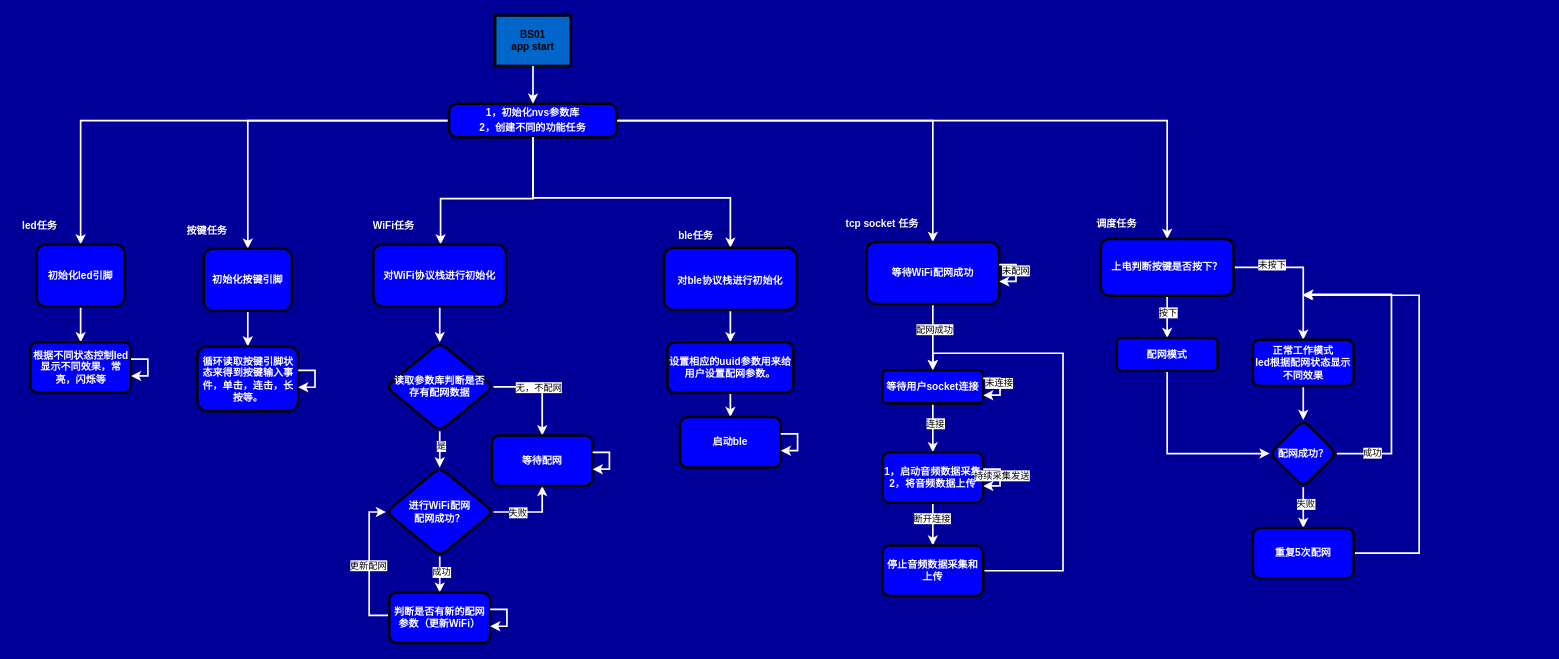
Before: draw_io_for_work/bs01.drawio in doctor1cong/draw_flow_chart, a draw.io diagram. Source tidied: cells renumbered, new cells numbered last; positions are measured from the earlier drawing's top-left corner, leaving out a move shared by most shapes. Both pictures are drawn from the tidied source at 84%, with x=0, y=0 at pixel (14, 15).
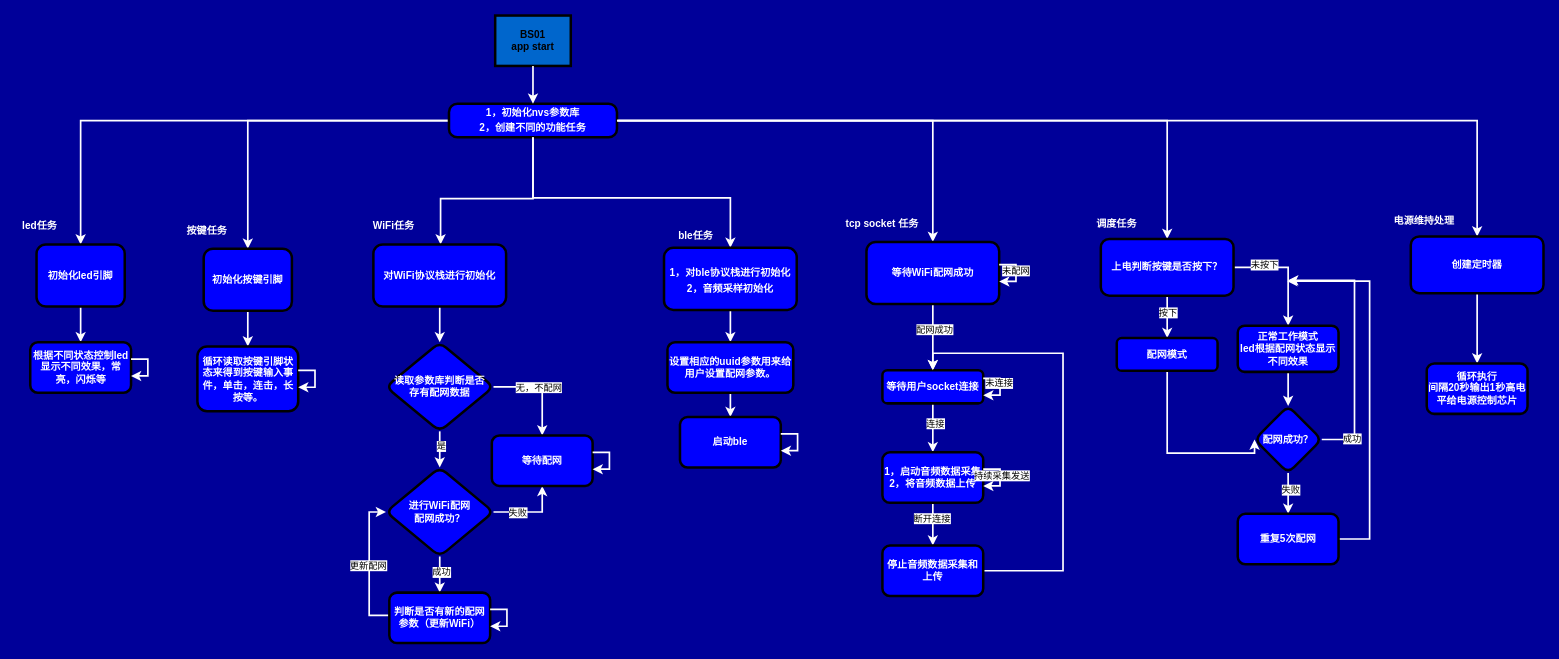
After the change.

Unchanged cells that the change refers to:
```xml
<mxCell id="5" value="&lt;p style=&quot;margin: 4px 0px 0px;&quot;&gt;&lt;span style=&quot;color: rgb(255, 255, 255);&quot;&gt;1，初始化nvs参数库&lt;/span&gt;&lt;br&gt;&lt;/p&gt;&lt;p style=&quot;margin: 4px 0px 0px;&quot;&gt;&lt;span style=&quot;color: rgb(255, 255, 255);&quot;&gt;2，创建不同的功能任务&lt;/span&gt;&lt;/p&gt;&lt;p style=&quot;margin: 4px 0px 0px;&quot;&gt;&lt;span style=&quot;color: rgb(255, 255, 255);&quot;&gt;&lt;br&gt;&lt;/span&gt;&lt;/p&gt;" style="verticalAlign=middle;align=center;overflow=fill;fontSize=12;fontFamily=Helvetica;html=1;rounded=1;fontStyle=1;strokeWidth=3;fillColor=#0000FF;arcSize=25;" parent="1" vertex="1">
  <mxGeometry x="517" y="105" width="200" height="40" as="geometry" />
</mxCell>
```

Diff of the diagram source:
```diff
@@
-    <mxCell id="17" value="&lt;p style=&quot;color: rgb(0, 0, 0); text-wrap: nowrap; margin: 4px 0px 0px;&quot;&gt;&lt;span style=&quot;color: rgb(255, 255, 255); text-wrap: wrap;&quot;&gt;对ble协议栈进行初始化&lt;/span&gt;&lt;/p&gt;" style="whiteSpace=wrap;html=1;fillColor=#0000FF;rounded=1;fontStyle=1;strokeWidth=3;fontColor=#FFFFFF;" parent="1" vertex="1">
+    <mxCell id="17" value="&lt;p style=&quot;color: rgb(0, 0, 0); text-wrap: nowrap; margin: 4px 0px 0px;&quot;&gt;&lt;span style=&quot;color: rgb(255, 255, 255); text-wrap: wrap;&quot;&gt;1，对ble协议栈进行初始化&lt;/span&gt;&lt;/p&gt;&lt;p style=&quot;color: rgb(0, 0, 0); text-wrap: nowrap; margin: 4px 0px 0px;&quot;&gt;&lt;span style=&quot;color: rgb(255, 255, 255); text-wrap: wrap;&quot;&gt;2，音频采样初始化&lt;/span&gt;&lt;/p&gt;" style="whiteSpace=wrap;html=1;fillColor=#0000FF;rounded=1;fontStyle=1;strokeWidth=3;fontColor=#FFFFFF;" parent="1" vertex="1">
       <mxGeometry x="773" y="276.5" width="158" height="74" as="geometry" />
     </mxCell>
@@
     <mxCell id="74" value="正常工作模式&lt;div&gt;led根据配网状态显示不同效果&lt;/div&gt;" style="whiteSpace=wrap;html=1;fillColor=#0000FF;fontColor=#FFFFFF;rounded=1;fontStyle=1;strokeWidth=3;" parent="1" vertex="1">
-      <mxGeometry x="1474" y="386" width="120" height="55" as="geometry" />
+      <mxGeometry x="1456" y="369.2" width="120" height="55" as="geometry" />
     </mxCell>
     <mxCell id="75" style="edgeStyle=orthogonalEdgeStyle;shape=connector;rounded=0;jettySize=auto;html=1;strokeColor=#FFFFFF;strokeWidth=2;align=center;verticalAlign=middle;fontFamily=Helvetica;fontSize=11;fontColor=default;labelBackgroundColor=default;endArrow=classic;" parent="1" edge="1" source="79">
       <mxGeometry relative="1" as="geometry">
-        <mxPoint x="1534" y="332" as="targetPoint" />
+        <mxPoint x="1516" y="315.2" as="targetPoint" />
         <Array as="points">
-          <mxPoint x="1639" y="521" />
-          <mxPoint x="1639" y="332" />
+          <mxPoint x="1595" y="505" />
+          <mxPoint x="1595" y="315" />
         </Array>
       </mxGeometry>
     </mxCell>
@@
     <mxCell id="79" value="配网成功？" style="rhombus;whiteSpace=wrap;html=1;fillColor=#0000FF;fontColor=#FFFFFF;rounded=1;fontStyle=1;strokeWidth=3;" parent="1" vertex="1">
-      <mxGeometry x="1494" y="481.5" width="80" height="80" as="geometry" />
+      <mxGeometry x="1476" y="464.7" width="80" height="80" as="geometry" />
     </mxCell>
     <mxCell id="80" style="edgeStyle=orthogonalEdgeStyle;shape=connector;rounded=0;jettySize=auto;html=1;strokeColor=#FFFFFF;strokeWidth=2;align=center;verticalAlign=middle;fontFamily=Helvetica;fontSize=11;fontColor=default;labelBackgroundColor=default;endArrow=classic;" parent="1" edge="1" source="81">
       <mxGeometry relative="1" as="geometry">
-        <mxPoint x="1533" y="333" as="targetPoint" />
+        <mxPoint x="1515" y="316.2" as="targetPoint" />
         <Array as="points">
-          <mxPoint x="1672" y="640" />
-          <mxPoint x="1672" y="333" />
+          <mxPoint x="1613" y="623" />
+          <mxPoint x="1613" y="316" />
         </Array>
       </mxGeometry>
     </mxCell>
     <mxCell id="81" value="重复5次配网" style="whiteSpace=wrap;html=1;fillColor=#0000FF;fontColor=#FFFFFF;rounded=1;fontStyle=1;strokeWidth=3;" parent="1" vertex="1">
-      <mxGeometry x="1474" y="610" width="120" height="60" as="geometry" />
+      <mxGeometry x="1456" y="593.2" width="120" height="60" as="geometry" />
     </mxCell>
+    <mxCell id="82" style="edgeStyle=orthogonalEdgeStyle;shape=connector;rounded=0;jettySize=auto;html=1;strokeColor=#FFFFFF;strokeWidth=2;align=center;verticalAlign=middle;fontFamily=Helvetica;fontSize=11;fontColor=default;labelBackgroundColor=default;endArrow=classic;" parent="1" edge="1" source="5" target="84">
+      <mxGeometry relative="1" as="geometry" />
+    </mxCell>
+    <mxCell id="83" style="edgeStyle=orthogonalEdgeStyle;rounded=0;jettySize=auto;html=1;strokeColor=#FFFFFF;strokeWidth=2;" parent="1" edge="1" source="84" target="86">
+      <mxGeometry relative="1" as="geometry" />
+    </mxCell>
+    <mxCell id="84" value="创建定时器" style="whiteSpace=wrap;html=1;fillColor=#0000FF;rounded=1;fontStyle=1;strokeWidth=3;fontColor=#FFFFFF;" parent="1" vertex="1">
+      <mxGeometry x="1662" y="263" width="158" height="67.5" as="geometry" />
+    </mxCell>
+    <mxCell id="85" value="电源维持处理" style="text;strokeColor=none;align=center;fillColor=none;html=1;verticalAlign=middle;whiteSpace=wrap;rounded=0;fontFamily=Helvetica;fontSize=12;fontColor=#FFFFFF;fontStyle=1;" parent="1" vertex="1">
+      <mxGeometry x="1630" y="230" width="96" height="30" as="geometry" />
+    </mxCell>
+    <mxCell id="86" value="循环执行&lt;div&gt;间隔20秒输出1秒高电平给电源控制芯片&lt;/div&gt;" style="whiteSpace=wrap;html=1;fillColor=#0000FF;fontColor=#FFFFFF;rounded=1;fontStyle=1;strokeWidth=3;" parent="1" vertex="1">
+      <mxGeometry x="1681" y="414.2" width="120" height="60" as="geometry" />
+    </mxCell>
```
